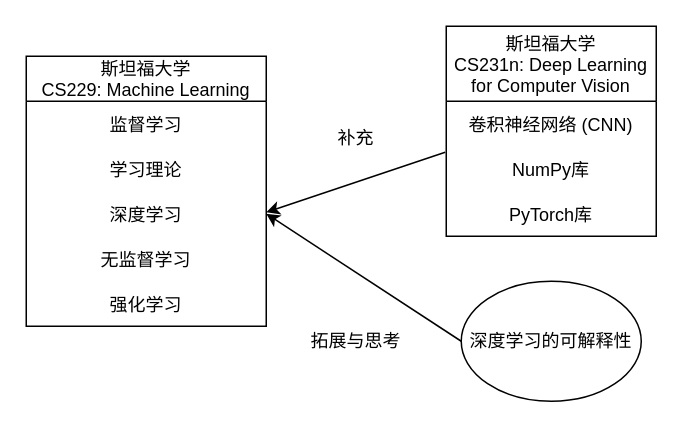
Above: draw/实验室实践1.drawio in zhiyuan5986/draw_io (draw.io), before the change. Source tidied: cells renumbered, new cells numbered last; positions are measured from the earlier drawing's top-left corner, leaving out a move shared by most shapes. Both pictures are drawn from the tidied source at 150%, with x=0, y=0 at pixel (26, 26).
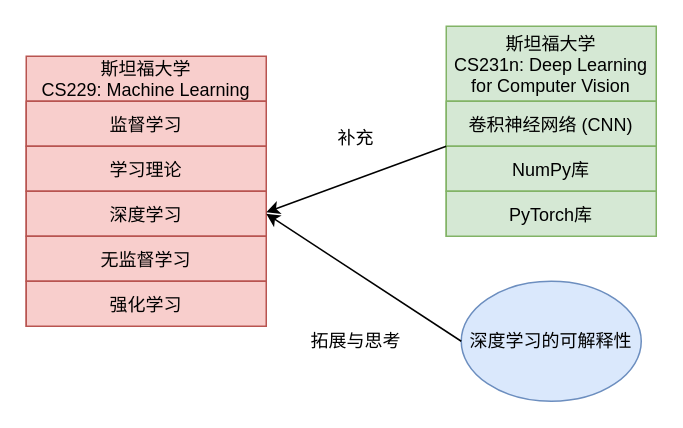
The same diagram, later.

Commit message (it also covers changes not shown here):
更新实验室实践1.drawio

Diff of the diagram source:
```diff
@@
 <mxGraphModel>
   <root>
     <mxCell id="0" />
     <mxCell id="1" parent="0" />
-    <mxCell id="2" value="斯坦福大学&#10;CS229: Machine Learning" style="swimlane;fontStyle=0;horizontal=1;startSize=30;" parent="1" vertex="1">
+    <mxCell id="2" value="斯坦福大学&#10;CS229: Machine Learning" style="swimlane;fontStyle=0;horizontal=1;startSize=30;fillColor=#f8cecc;strokeColor=#b85450;" parent="1" vertex="1">
       <mxGeometry y="20" width="160" height="180" as="geometry" />
     </mxCell>
-    <mxCell id="3" value="监督学习" style="text;strokeColor=none;fillColor=none;align=center;verticalAlign=middle;spacingLeft=4;spacingRight=4;overflow=hidden;" parent="2" vertex="1">
+    <mxCell id="3" value="监督学习" style="text;strokeColor=#b85450;fillColor=#f8cecc;align=center;verticalAlign=middle;spacingLeft=4;spacingRight=4;overflow=hidden;" parent="2" vertex="1">
       <mxGeometry y="30" width="160" height="30" as="geometry" />
     </mxCell>
-    <mxCell id="4" value="学习理论" style="text;strokeColor=none;fillColor=none;align=center;verticalAlign=middle;spacingLeft=4;spacingRight=4;overflow=hidden;" parent="2" vertex="1">
+    <mxCell id="4" value="学习理论" style="text;strokeColor=#b85450;fillColor=#f8cecc;align=center;verticalAlign=middle;spacingLeft=4;spacingRight=4;overflow=hidden;" parent="2" vertex="1">
       <mxGeometry y="60" width="160" height="30" as="geometry" />
     </mxCell>
-    <mxCell id="5" value="深度学习" style="text;strokeColor=none;fillColor=none;align=center;verticalAlign=middle;spacingLeft=4;spacingRight=4;overflow=hidden;points=[[0,0.5],[1,0.5]];portConstraint=eastwest;" parent="2" vertex="1">
+    <mxCell id="5" value="深度学习" style="text;strokeColor=#b85450;fillColor=#f8cecc;align=center;verticalAlign=middle;spacingLeft=4;spacingRight=4;overflow=hidden;points=[[0,0.5],[1,0.5]];portConstraint=eastwest;" parent="2" vertex="1">
       <mxGeometry y="90" width="160" height="30" as="geometry" />
     </mxCell>
-    <mxCell id="6" value="无监督学习" style="text;strokeColor=none;fillColor=none;align=center;verticalAlign=middle;spacingLeft=4;spacingRight=4;overflow=hidden;" parent="2" vertex="1">
+    <mxCell id="6" value="无监督学习" style="text;strokeColor=#b85450;fillColor=#f8cecc;align=center;verticalAlign=middle;spacingLeft=4;spacingRight=4;overflow=hidden;" parent="2" vertex="1">
       <mxGeometry y="120" width="160" height="30" as="geometry" />
     </mxCell>
-    <mxCell id="7" value="强化学习" style="text;strokeColor=none;fillColor=none;align=center;verticalAlign=middle;spacingLeft=4;spacingRight=4;overflow=hidden;" parent="2" vertex="1">
+    <mxCell id="7" value="强化学习" style="text;strokeColor=#b85450;fillColor=#f8cecc;align=center;verticalAlign=middle;spacingLeft=4;spacingRight=4;overflow=hidden;" parent="2" vertex="1">
       <mxGeometry y="150" width="160" height="30" as="geometry" />
     </mxCell>
-    <mxCell id="8" value="斯坦福大学&#10;CS231n: Deep Learning &#10;for Computer Vision" style="swimlane;fontStyle=0;horizontal=1;startSize=50;" parent="1" vertex="1">
+    <mxCell id="8" value="斯坦福大学&#10;CS231n: Deep Learning &#10;for Computer Vision" style="swimlane;fontStyle=0;horizontal=1;startSize=50;fillColor=#d5e8d4;strokeColor=#82b366;" parent="1" vertex="1">
       <mxGeometry x="280" width="140" height="140" as="geometry" />
     </mxCell>
-    <mxCell id="9" value="卷积神经网络 (CNN)" style="text;strokeColor=none;fillColor=none;align=center;verticalAlign=middle;spacingLeft=4;spacingRight=4;overflow=hidden;" parent="8" vertex="1">
+    <mxCell id="9" value="卷积神经网络 (CNN)" style="text;strokeColor=#82b366;fillColor=#d5e8d4;align=center;verticalAlign=middle;spacingLeft=4;spacingRight=4;overflow=hidden;" parent="8" vertex="1">
       <mxGeometry y="50" width="140" height="30" as="geometry" />
     </mxCell>
-    <mxCell id="10" value="NumPy库" style="text;strokeColor=none;fillColor=none;align=center;verticalAlign=middle;spacingLeft=4;spacingRight=4;overflow=hidden;points=[[0,0.5],[1,0.5]];portConstraint=eastwest;" parent="8" vertex="1">
+    <mxCell id="10" value="NumPy库" style="text;strokeColor=#82b366;fillColor=#d5e8d4;align=center;verticalAlign=middle;spacingLeft=4;spacingRight=4;overflow=hidden;points=[[0,0.5],[1,0.5]];portConstraint=eastwest;" parent="8" vertex="1">
       <mxGeometry y="80" width="140" height="30" as="geometry" />
     </mxCell>
-    <mxCell id="11" value="PyTorch库" style="text;strokeColor=none;fillColor=none;align=center;verticalAlign=middle;spacingLeft=4;spacingRight=4;overflow=hidden;" parent="8" vertex="1">
+    <mxCell id="11" value="PyTorch库" style="text;strokeColor=#82b366;fillColor=#d5e8d4;align=center;verticalAlign=middle;spacingLeft=4;spacingRight=4;overflow=hidden;" parent="8" vertex="1">
       <mxGeometry y="110" width="140" height="30" as="geometry" />
     </mxCell>
-    <mxCell id="12" style="endArrow=classic;html=1;rounded=0;exitX=-0.005;exitY=0.135;exitDx=0;exitDy=0;exitPerimeter=0;" parent="1" edge="1" source="10">
+    <mxCell id="12" style="endArrow=classic;html=1;rounded=0;" parent="1" edge="1">
       <mxGeometry relative="1" as="geometry">
+        <mxPoint x="280" y="80" as="sourcePoint" />
         <mxPoint x="160" y="124" as="targetPoint" />
       </mxGeometry>
     </mxCell>
     <mxCell id="13" value="补充" style="text;html=1;strokeColor=none;fillColor=none;align=center;verticalAlign=middle;whiteSpace=wrap;rounded=0;" parent="1" vertex="1">
       <mxGeometry x="190" y="60" width="60" height="30" as="geometry" />
     </mxCell>
-    <mxCell id="14" value="深度学习的可解释性" style="ellipse;whiteSpace=wrap;html=1;" parent="1" vertex="1">
+    <mxCell id="14" value="深度学习的可解释性" style="ellipse;whiteSpace=wrap;html=1;fillColor=#dae8fc;strokeColor=#6c8ebf;" parent="1" vertex="1">
       <mxGeometry x="290" y="170" width="120" height="80" as="geometry" />
     </mxCell>
     <mxCell id="15" style="endArrow=classic;html=1;rounded=0;exitX=0;exitY=0.5;exitDx=0;exitDy=0;entryX=1;entryY=0.5;entryDx=0;entryDy=0;" parent="1" edge="1" source="14" target="5">
       <mxGeometry relative="1" as="geometry" />
     </mxCell>
     <mxCell id="16" value="拓展与思考" style="text;html=1;strokeColor=none;fillColor=none;align=center;verticalAlign=middle;whiteSpace=wrap;rounded=0;" parent="1" vertex="1">
       <mxGeometry x="185" y="195" width="70" height="30" as="geometry" />
     </mxCell>
   </root>
 </mxGraphModel>
```
